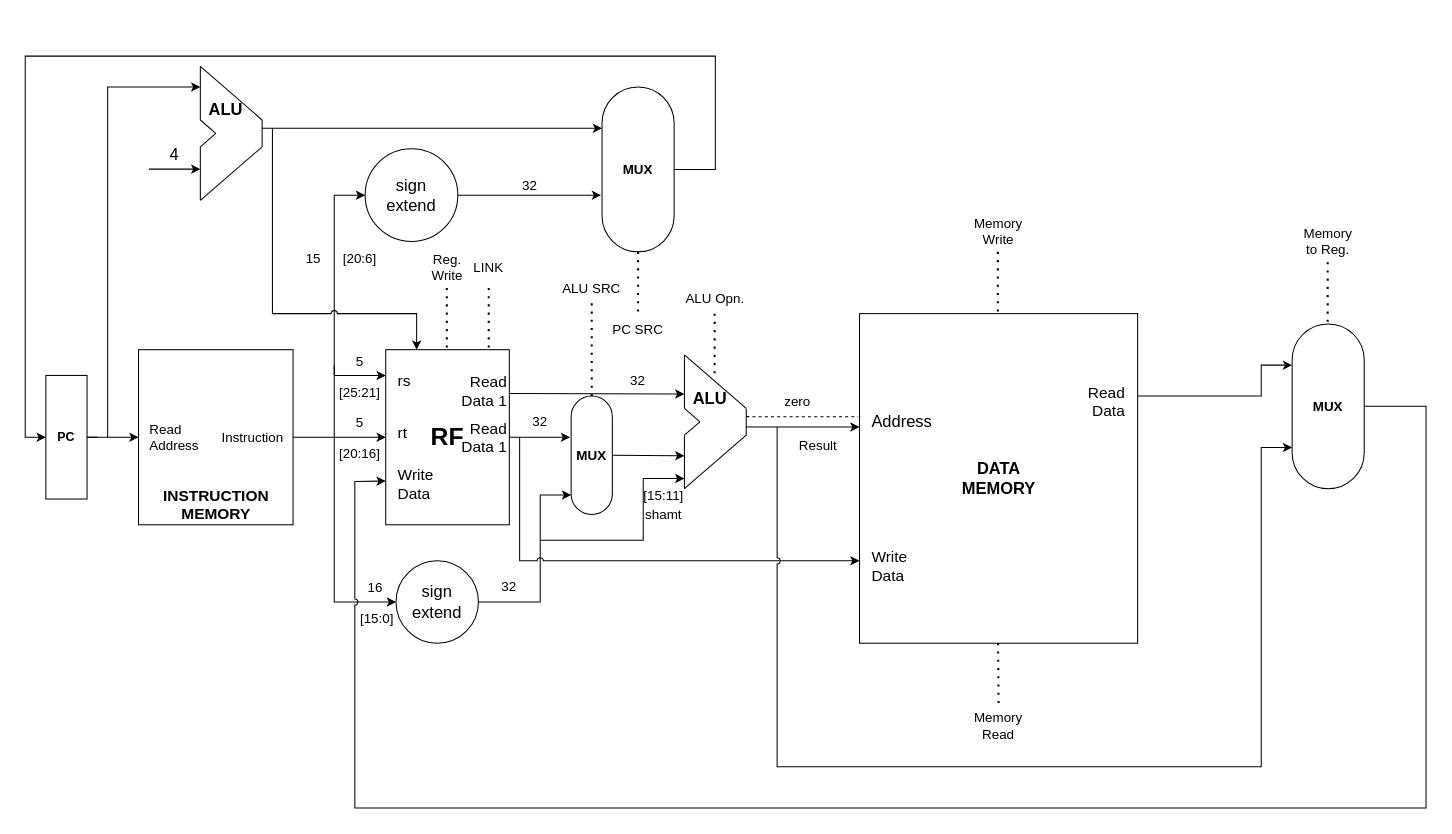
Earlier version of the draw.io diagram Data path.drawio (nespar7/CompilersLab). Source tidied: cells renumbered, new cells numbered last; positions are measured from the earlier drawing's top-left corner, leaving out a move shared by most shapes. Both pictures are drawn from the tidied source at 103%, with x=0, y=0 at pixel (25, 56).
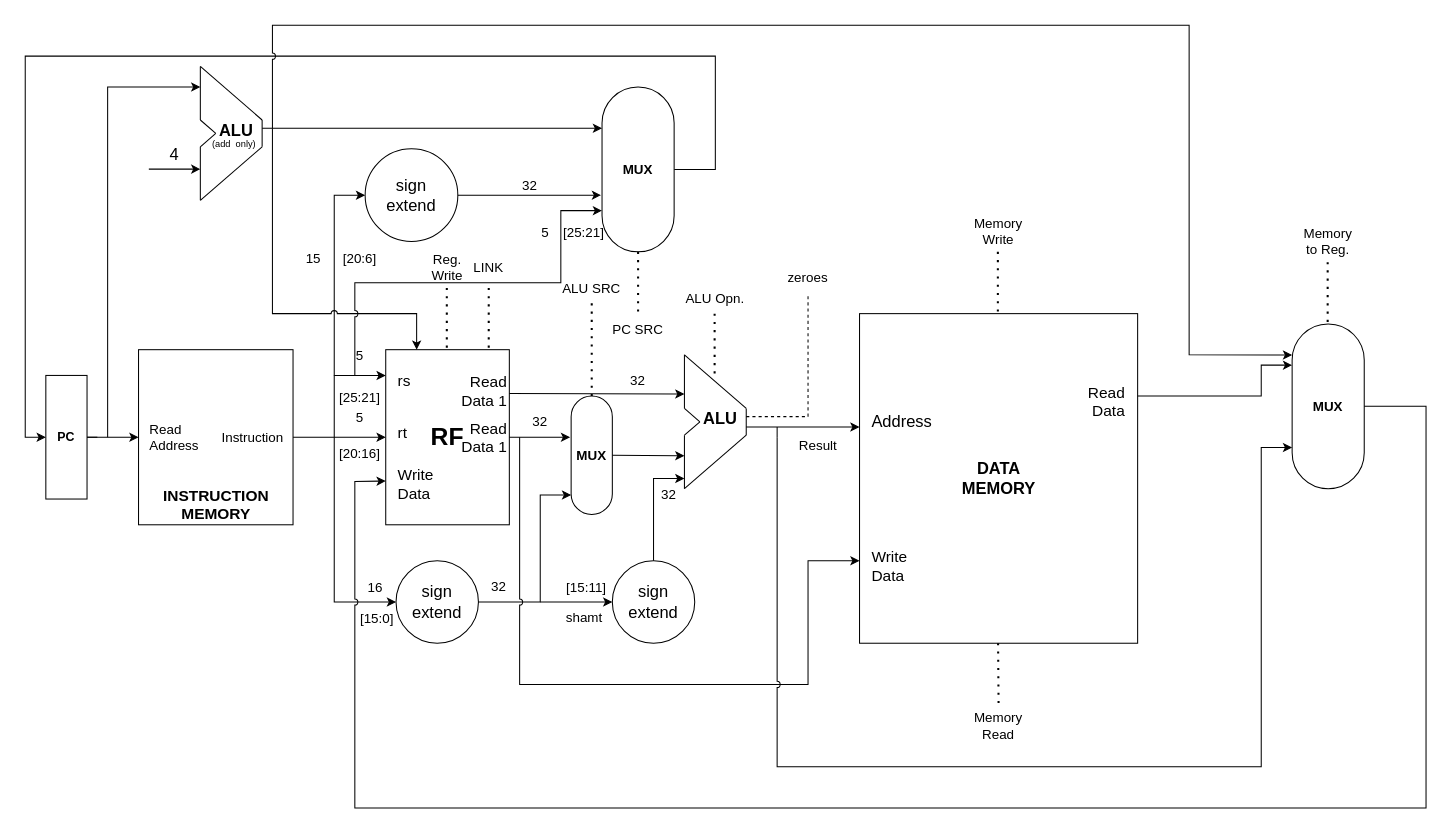
The same diagram, later.

Unchanged cells that the change refers to:
```xml
<mxCell id="12" style="group;" parent="1" vertex="1">
  <mxGeometry x="640" y="290" width="60" height="130" as="geometry" />
</mxCell>
<mxCell id="26" value="&lt;b&gt;&lt;font style=&quot;font-size: 13px;&quot;&gt;MUX&lt;/font&gt;&lt;/b&gt;" style="rounded=1;whiteSpace=wrap;html=1;fontSize=9;arcSize=50;" parent="1" vertex="1">
  <mxGeometry x="560" y="30" width="70" height="160" as="geometry" />
</mxCell>
<mxCell id="27" style="ellipse;whiteSpace=wrap;html=1;fontSize=9;" parent="1" vertex="1">
  <mxGeometry x="360" y="490" width="80" height="80" as="geometry" />
</mxCell>
<mxCell id="48" value="&lt;b&gt;&lt;font style=&quot;font-size: 13px;&quot;&gt;MUX&lt;/font&gt;&lt;/b&gt;" style="rounded=1;whiteSpace=wrap;html=1;fontSize=9;arcSize=50;" parent="1" vertex="1">
  <mxGeometry x="1230" y="260" width="70" height="160" as="geometry" />
</mxCell>
<mxCell id="53" style="rounded=0;whiteSpace=wrap;html=1;fontSize=13;fillColor=none;" parent="1" vertex="1">
  <mxGeometry x="810" y="250" width="270" height="320" as="geometry" />
</mxCell>
```

Diff of the diagram source:
```diff
@@
     <mxCell id="7" style="endArrow=classic;html=1;rounded=0;strokeColor=default;fontSize=9;entryX=0;entryY=0.5;entryDx=0;entryDy=0;" parent="1" edge="1" target="27">
       <mxGeometry relative="1" as="geometry">
-        <mxPoint x="300" y="360" as="sourcePoint" />
+        <mxPoint x="300" y="309.5" as="sourcePoint" />
         <Array as="points">
           <mxPoint x="300" y="530" />
         </Array>
       </mxGeometry>
     </mxCell>
@@
     <mxCell id="21" value="&lt;font style=&quot;font-size: 16px;&quot;&gt;&lt;b&gt;ALU&lt;/b&gt;&lt;/font&gt;" style="text;html=1;strokeColor=none;fillColor=none;align=center;verticalAlign=middle;whiteSpace=wrap;rounded=0;fontSize=24;" parent="12" vertex="1">
-      <mxGeometry y="30" width="50" height="20" as="geometry" />
+      <mxGeometry x="10" y="50" width="50" height="20" as="geometry" />
     </mxCell>
@@
-    <mxCell id="29" style="endArrow=none;html=1;rounded=0;strokeColor=default;fontSize=9;entryX=0.5;entryY=0;entryDx=0;entryDy=0;" parent="1" edge="1">
-      <mxGeometry relative="1" as="geometry">
-        <mxPoint x="300" y="360" as="sourcePoint" />
-        <mxPoint x="300" y="300" as="targetPoint" />
-      </mxGeometry>
-    </mxCell>
@@
     <mxCell id="32" style="group;" parent="1" vertex="1">
-      <mxGeometry x="170" y="10" width="60" height="130" as="geometry" />
+      <mxGeometry x="170" y="10" width="65" height="130" as="geometry" />
     </mxCell>
@@
     <mxCell id="40" value="&lt;font style=&quot;font-size: 16px;&quot;&gt;&lt;b&gt;ALU&lt;/b&gt;&lt;/font&gt;" style="text;html=1;strokeColor=none;fillColor=none;align=center;verticalAlign=middle;whiteSpace=wrap;rounded=0;fontSize=24;" parent="32" vertex="1">
-      <mxGeometry y="30" width="50" height="20" as="geometry" />
+      <mxGeometry x="10" y="50" width="50" height="20" as="geometry" />
     </mxCell>
+    <mxCell id="102" value="&lt;font style=&quot;font-size: 9px;&quot;&gt;(add&amp;nbsp; only)&lt;br&gt;&lt;/font&gt;" style="text;html=1;strokeColor=none;fillColor=none;align=center;verticalAlign=middle;whiteSpace=wrap;rounded=0;" parent="32" vertex="1">
+      <mxGeometry x="2.5" y="60" width="60" height="30" as="geometry" />
+    </mxCell>
@@
     <mxCell id="45" style="endArrow=classic;html=1;rounded=0;strokeColor=default;fontSize=13;jumpStyle=arc;entryX=0;entryY=0.75;entryDx=0;entryDy=0;" parent="1" edge="1">
       <mxGeometry relative="1" as="geometry">
         <mxPoint x="480" y="370" as="sourcePoint" />
         <mxPoint x="810" y="490" as="targetPoint" />
         <Array as="points">
-          <mxPoint x="480" y="490" />
+          <mxPoint x="480" y="610" />
+          <mxPoint x="760" y="610" />
+          <mxPoint x="760" y="490" />
         </Array>
       </mxGeometry>
     </mxCell>
-    <mxCell id="46" style="endArrow=classic;html=1;rounded=0;strokeColor=default;fontSize=13;jumpStyle=arc;" parent="1" edge="1">
-      <mxGeometry relative="1" as="geometry">
-        <mxPoint x="500" y="470" as="sourcePoint" />
-        <mxPoint x="640" y="410" as="targetPoint" />
-        <Array as="points">
-          <mxPoint x="600" y="470" />
-          <mxPoint x="600" y="410" />
-        </Array>
-      </mxGeometry>
-    </mxCell>
@@
-    <mxCell id="59" style="endArrow=none;dashed=1;html=1;rounded=0;strokeColor=default;fontSize=13;jumpStyle=arc;entryX=-0.005;entryY=0.313;entryDx=0;entryDy=0;entryPerimeter=0;" parent="1" edge="1" target="53">
+    <mxCell id="59" style="endArrow=none;dashed=1;html=1;rounded=0;strokeColor=default;fontSize=13;jumpStyle=arc;" parent="1" edge="1">
       <mxGeometry relative="1" as="geometry">
         <mxPoint x="700" y="350" as="sourcePoint" />
+        <mxPoint x="760" y="230" as="targetPoint" />
+        <Array as="points">
+          <mxPoint x="760" y="350" />
+        </Array>
       </mxGeometry>
     </mxCell>
@@
     <mxCell id="77" value="&lt;font style=&quot;font-size: 13px;&quot;&gt;5&lt;/font&gt;" style="text;html=1;strokeColor=none;fillColor=none;align=center;verticalAlign=middle;whiteSpace=wrap;rounded=0;fontSize=16;" parent="1" vertex="1">
-      <mxGeometry x="300" y="280" width="50" height="30" as="geometry" />
+      <mxGeometry x="300" y="280" width="50" height="20" as="geometry" />
     </mxCell>
     <mxCell id="78" value="&lt;font style=&quot;font-size: 13px;&quot;&gt;5&lt;/font&gt;" style="text;html=1;strokeColor=none;fillColor=none;align=center;verticalAlign=middle;whiteSpace=wrap;rounded=0;fontSize=16;" parent="1" vertex="1">
-      <mxGeometry x="300" y="340" width="50" height="30" as="geometry" />
+      <mxGeometry x="300" y="340" width="50" height="20" as="geometry" />
     </mxCell>
     <mxCell id="79" value="&lt;div align=&quot;center&quot;&gt;&lt;font style=&quot;font-size: 13px;&quot;&gt;[25:21]&lt;/font&gt;&lt;/div&gt;" style="text;html=1;strokeColor=none;fillColor=none;align=center;verticalAlign=middle;whiteSpace=wrap;rounded=0;fontSize=16;" parent="1" vertex="1">
-      <mxGeometry x="300" y="310" width="50" height="30" as="geometry" />
+      <mxGeometry x="300" y="320" width="50" height="20" as="geometry" />
     </mxCell>
@@
     <mxCell id="84" value="32" style="text;html=1;strokeColor=none;fillColor=none;align=center;verticalAlign=middle;whiteSpace=wrap;rounded=0;fontSize=13;" parent="1" vertex="1">
-      <mxGeometry x="440" y="500" width="60" height="30" as="geometry" />
+      <mxGeometry x="440" y="500" width="40" height="30" as="geometry" />
     </mxCell>
@@
     <mxCell id="86" value="&lt;font style=&quot;font-size: 13px;&quot;&gt;[15:11]&lt;/font&gt;" style="text;html=1;strokeColor=none;fillColor=none;align=center;verticalAlign=middle;whiteSpace=wrap;rounded=0;fontSize=16;" parent="1" vertex="1">
-      <mxGeometry x="600" y="410" width="40" height="30" as="geometry" />
+      <mxGeometry x="525" y="500" width="40" height="30" as="geometry" />
     </mxCell>
     <mxCell id="87" value="shamt" style="text;html=1;strokeColor=none;fillColor=none;align=center;verticalAlign=middle;whiteSpace=wrap;rounded=0;fontSize=13;" parent="1" vertex="1">
-      <mxGeometry x="590" y="430" width="60" height="30" as="geometry" />
+      <mxGeometry x="522.5" y="530" width="40" height="30" as="geometry" />
     </mxCell>
-    <mxCell id="88" value="zero" style="text;html=1;strokeColor=none;fillColor=none;align=center;verticalAlign=middle;whiteSpace=wrap;rounded=0;fontSize=13;" parent="1" vertex="1">
-      <mxGeometry x="720" y="320" width="60" height="30" as="geometry" />
+    <mxCell id="88" value="zeroes" style="text;html=1;strokeColor=none;fillColor=none;align=center;verticalAlign=middle;whiteSpace=wrap;rounded=0;fontSize=13;" parent="1" vertex="1">
+      <mxGeometry x="730" y="200" width="60" height="30" as="geometry" />
     </mxCell>
@@
+    <mxCell id="103" style="endArrow=classic;html=1;rounded=0;entryX=0;entryY=0.75;entryDx=0;entryDy=0;jumpStyle=arc;" parent="1" edge="1" target="26">
+      <mxGeometry relative="1" as="geometry">
+        <mxPoint x="320" y="310" as="sourcePoint" />
+        <Array as="points">
+          <mxPoint x="320" y="220" />
+          <mxPoint x="520" y="220" />
+          <mxPoint x="520" y="150" />
+        </Array>
+      </mxGeometry>
+    </mxCell>
+    <mxCell id="104" value="&lt;div align=&quot;center&quot;&gt;&lt;font style=&quot;font-size: 13px;&quot;&gt;[25:21]&lt;/font&gt;&lt;/div&gt;" style="text;html=1;strokeColor=none;fillColor=none;align=center;verticalAlign=middle;whiteSpace=wrap;rounded=0;fontSize=16;" parent="1" vertex="1">
+      <mxGeometry x="520" y="160" width="45" height="20" as="geometry" />
+    </mxCell>
+    <mxCell id="105" value="&lt;font style=&quot;font-size: 13px;&quot;&gt;5&lt;/font&gt;" style="text;html=1;strokeColor=none;fillColor=none;align=center;verticalAlign=middle;whiteSpace=wrap;rounded=0;fontSize=16;" parent="1" vertex="1">
+      <mxGeometry x="490" y="160" width="30" height="20" as="geometry" />
+    </mxCell>
+    <mxCell id="106" style="endArrow=classic;html=1;rounded=0;jumpStyle=arc;entryX=0;entryY=0.188;entryDx=0;entryDy=0;entryPerimeter=0;" parent="1" edge="1" target="48">
+      <mxGeometry relative="1" as="geometry">
+        <mxPoint x="240" y="70" as="sourcePoint" />
+        <Array as="points">
+          <mxPoint x="240" y="-30" />
+          <mxPoint x="1130" y="-30" />
+          <mxPoint x="1130" y="290" />
+        </Array>
+      </mxGeometry>
+    </mxCell>
+    <mxCell id="107" style="ellipse;whiteSpace=wrap;html=1;fontSize=9;" parent="1" vertex="1">
+      <mxGeometry x="570" y="490" width="80" height="80" as="geometry" />
+    </mxCell>
+    <mxCell id="108" value="&lt;div&gt;sign&lt;/div&gt;&lt;div&gt;extend&lt;br&gt;&lt;/div&gt;" style="text;html=1;strokeColor=none;fillColor=none;align=center;verticalAlign=middle;whiteSpace=wrap;rounded=0;fontSize=16;" parent="1" vertex="1">
+      <mxGeometry x="580" y="515" width="60" height="30" as="geometry" />
+    </mxCell>
+    <mxCell id="109" style="endArrow=classic;html=1;rounded=0;jumpStyle=arc;exitX=0.5;exitY=0;exitDx=0;exitDy=0;" parent="1" edge="1" source="107">
+      <mxGeometry relative="1" as="geometry">
+        <mxPoint x="640" y="410" as="targetPoint" />
+        <Array as="points">
+          <mxPoint x="610" y="410" />
+        </Array>
+      </mxGeometry>
+    </mxCell>
+    <mxCell id="110" style="endArrow=classic;html=1;rounded=0;jumpStyle=arc;entryX=0;entryY=0.5;entryDx=0;entryDy=0;" parent="1" edge="1" target="107">
+      <mxGeometry relative="1" as="geometry">
+        <mxPoint x="500" y="530" as="sourcePoint" />
+      </mxGeometry>
+    </mxCell>
+    <mxCell id="111" value="32" style="text;html=1;strokeColor=none;fillColor=none;align=center;verticalAlign=middle;whiteSpace=wrap;rounded=0;fontSize=13;" parent="1" vertex="1">
+      <mxGeometry x="610" y="410" width="30" height="30" as="geometry" />
+    </mxCell>
```
